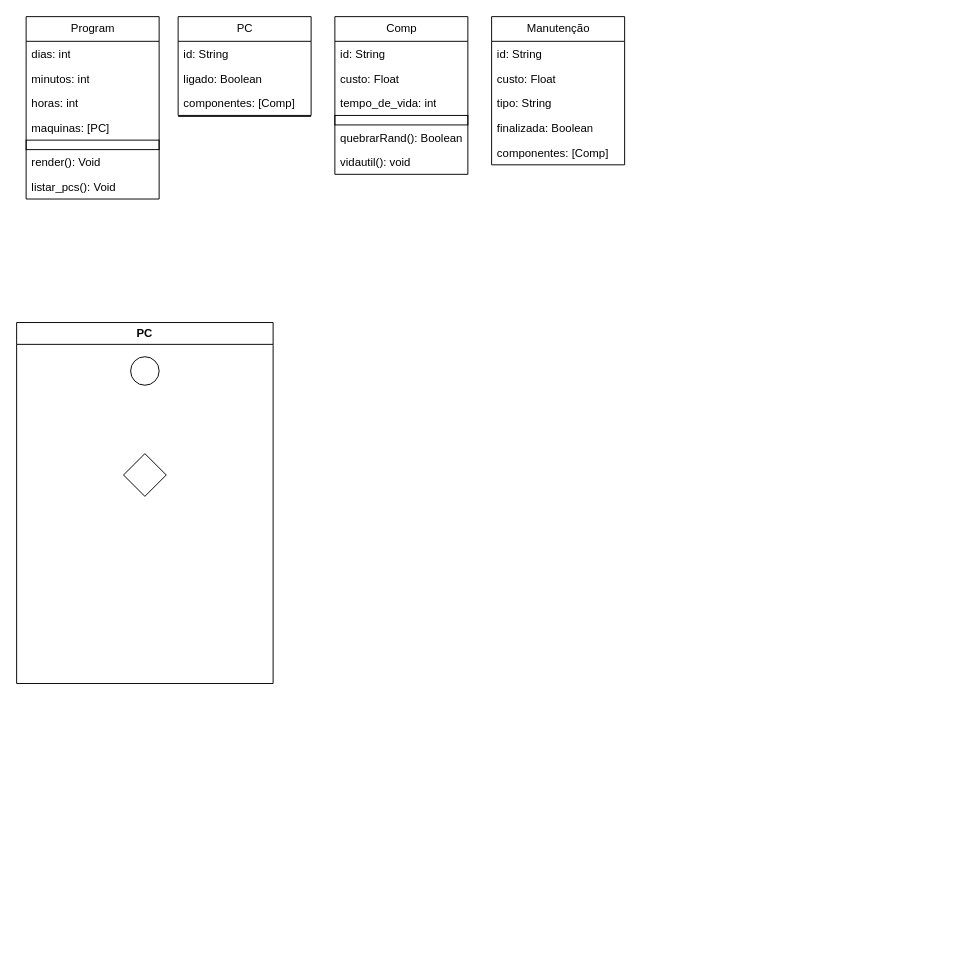
DeivRicardoSS/simulador-lanhouse-python keeps this draw.io diagram as UML.drawio. Above is the earlier version. Source tidied: cells renumbered, new cells numbered last; positions are measured from the earlier drawing's top-left corner, leaving out a move shared by most shapes. Both pictures are drawn from the tidied source at 95%, with x=0, y=0 at pixel (16, 16).
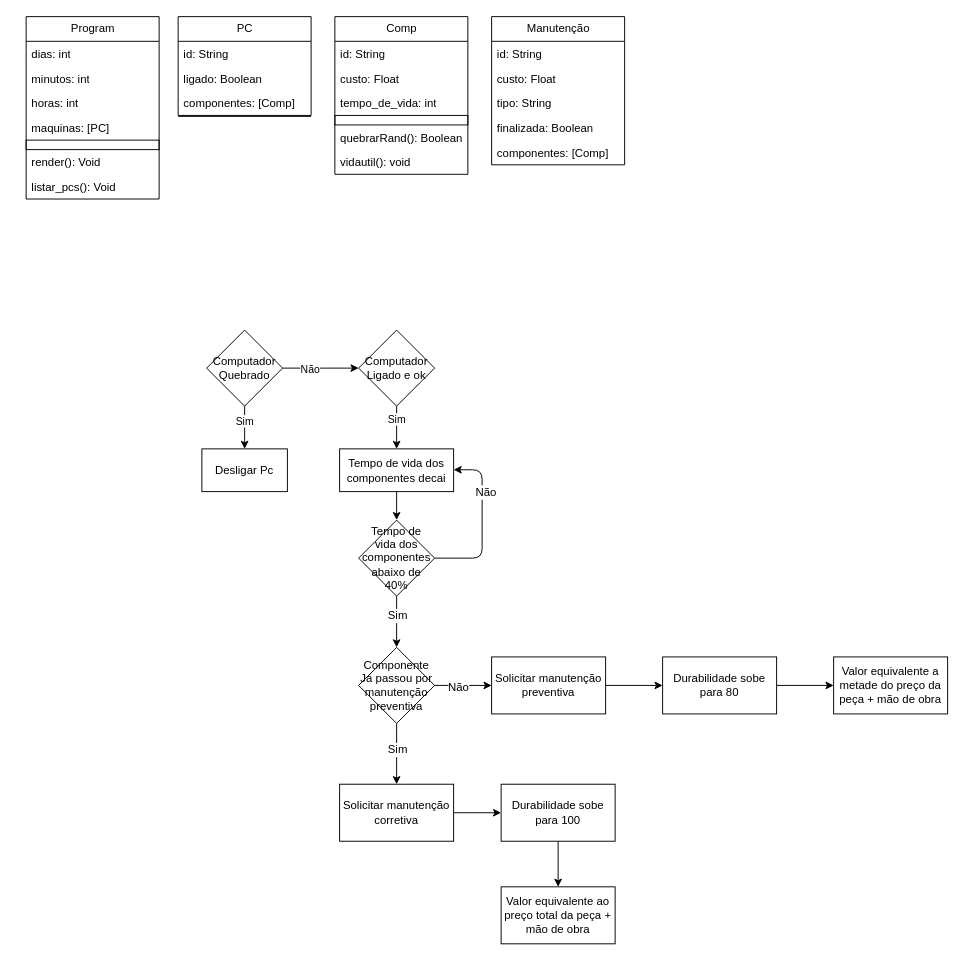
The same diagram, later.

Change to the diagram source:
```diff
@@
-    <mxCell id="28" value="PC" style="swimlane;whiteSpace=wrap;html=1;" parent="1" vertex="1">
-      <mxGeometry y="322" width="270" height="380" as="geometry" />
-    </mxCell>
-    <mxCell id="29" style="ellipse;whiteSpace=wrap;html=1;" parent="28" vertex="1">
-      <mxGeometry x="120" y="36" width="30" height="30" as="geometry" />
-    </mxCell>
+    <mxCell id="31" style="edgeStyle=none;html=1;exitX=0.5;exitY=1;exitDx=0;exitDy=0;" parent="1" edge="1" source="30" target="35">
+      <mxGeometry relative="1" as="geometry" />
+    </mxCell>
+    <mxCell id="32" value="Sim" style="edgeLabel;html=1;align=center;verticalAlign=middle;" parent="31" vertex="1">
+      <mxGeometry x="-0.33" y="-1" relative="1" as="geometry" />
+    </mxCell>
+    <mxCell id="33" style="edgeStyle=none;html=1;" parent="1" edge="1" source="30" target="38">
+      <mxGeometry relative="1" as="geometry" />
+    </mxCell>
+    <mxCell id="34" value="Não" style="edgeLabel;html=1;align=center;verticalAlign=middle;" parent="33" vertex="1">
+      <mxGeometry x="-0.29" y="-1" relative="1" as="geometry" />
+    </mxCell>
-    <mxCell id="30" style="rhombus;whiteSpace=wrap;html=1;" parent="28" vertex="1">
-      <mxGeometry x="112.5" y="138" width="45" height="45" as="geometry" />
+    <mxCell id="30" value="Computador Quebrado" style="rhombus;whiteSpace=wrap;html=1;" parent="1" vertex="1">
+      <mxGeometry x="200" y="330" width="80" height="80" as="geometry" />
     </mxCell>
+    <mxCell id="35" value="Desligar Pc" style="rounded=0;whiteSpace=wrap;html=1;" parent="1" vertex="1">
+      <mxGeometry x="195" y="455" width="90" height="45" as="geometry" />
+    </mxCell>
+    <mxCell id="36" style="edgeStyle=none;html=1;" parent="1" edge="1" source="38" target="40">
+      <mxGeometry relative="1" as="geometry" />
+    </mxCell>
+    <mxCell id="37" value="Sim" style="edgeLabel;html=1;align=center;verticalAlign=middle;" parent="36" vertex="1">
+      <mxGeometry x="-0.42" y="-1" relative="1" as="geometry" />
+    </mxCell>
+    <mxCell id="38" value="Computador Ligado e ok" style="rhombus;whiteSpace=wrap;html=1;" parent="1" vertex="1">
+      <mxGeometry x="360" y="330" width="80" height="80" as="geometry" />
+    </mxCell>
+    <mxCell id="39" style="edgeStyle=none;html=1;" parent="1" edge="1" source="40" target="45">
+      <mxGeometry relative="1" as="geometry" />
+    </mxCell>
+    <mxCell id="40" value="Tempo de vida dos componentes decai" style="whiteSpace=wrap;html=1;" parent="1" vertex="1">
+      <mxGeometry x="340" y="455" width="120" height="45" as="geometry" />
+    </mxCell>
+    <mxCell id="41" style="edgeStyle=orthogonalEdgeStyle;html=1;exitX=1;exitY=0.5;exitDx=0;exitDy=0;fontSize=6;" parent="1" edge="1" source="45" target="40">
+      <mxGeometry relative="1" as="geometry">
+        <Array as="points">
+          <mxPoint x="490" y="570" />
+          <mxPoint x="490" y="477" />
+        </Array>
+      </mxGeometry>
+    </mxCell>
+    <mxCell id="42" value="Não" style="edgeLabel;html=1;align=center;verticalAlign=middle;fontSize=12;" parent="41" vertex="1">
+      <mxGeometry x="0.39" y="-3" relative="1" as="geometry" />
+    </mxCell>
+    <mxCell id="43" style="edgeStyle=orthogonalEdgeStyle;html=1;strokeWidth=1;fontSize=12;" parent="1" edge="1" source="45" target="50">
+      <mxGeometry relative="1" as="geometry" />
+    </mxCell>
+    <mxCell id="44" value="Sim" style="edgeLabel;html=1;align=center;verticalAlign=middle;fontSize=12;" parent="43" vertex="1">
+      <mxGeometry x="-0.27" relative="1" as="geometry" />
+    </mxCell>
+    <mxCell id="45" value="Tempo de vida dos componentes abaixo de 40%" style="rhombus;whiteSpace=wrap;html=1;" parent="1" vertex="1">
+      <mxGeometry x="360" y="530" width="80" height="80" as="geometry" />
+    </mxCell>
+    <mxCell id="46" style="edgeStyle=orthogonalEdgeStyle;html=1;strokeWidth=1;fontSize=12;" parent="1" edge="1" source="50" target="52">
+      <mxGeometry relative="1" as="geometry" />
+    </mxCell>
+    <mxCell id="47" value="Sim" style="edgeLabel;html=1;align=center;verticalAlign=middle;fontSize=12;" parent="46" vertex="1">
+      <mxGeometry x="-0.16" relative="1" as="geometry" />
+    </mxCell>
+    <mxCell id="48" style="edgeStyle=orthogonalEdgeStyle;html=1;strokeWidth=1;fontSize=12;" parent="1" edge="1" source="50" target="54">
+      <mxGeometry relative="1" as="geometry" />
+    </mxCell>
+    <mxCell id="49" value="Não" style="edgeLabel;html=1;align=center;verticalAlign=middle;fontSize=12;" parent="48" vertex="1">
+      <mxGeometry x="-0.19" y="-1" relative="1" as="geometry" />
+    </mxCell>
+    <mxCell id="50" value="Componente Já passou por manutenção preventiva" style="rhombus;whiteSpace=wrap;html=1;" parent="1" vertex="1">
+      <mxGeometry x="360" y="664" width="80" height="80" as="geometry" />
+    </mxCell>
+    <mxCell id="51" style="edgeStyle=orthogonalEdgeStyle;html=1;strokeWidth=1;fontSize=12;" parent="1" edge="1" source="52" target="58">
+      <mxGeometry relative="1" as="geometry" />
+    </mxCell>
+    <mxCell id="52" value="Solicitar manutenção corretiva" style="whiteSpace=wrap;html=1;" parent="1" vertex="1">
+      <mxGeometry x="340" y="808" width="120" height="60" as="geometry" />
+    </mxCell>
+    <mxCell id="53" style="edgeStyle=orthogonalEdgeStyle;html=1;strokeWidth=1;fontSize=12;" parent="1" edge="1" source="54" target="56">
+      <mxGeometry relative="1" as="geometry" />
+    </mxCell>
+    <mxCell id="54" value="Solicitar manutenção preventiva" style="whiteSpace=wrap;html=1;" parent="1" vertex="1">
+      <mxGeometry x="500" y="674" width="120" height="60" as="geometry" />
+    </mxCell>
+    <mxCell id="55" style="edgeStyle=orthogonalEdgeStyle;html=1;strokeWidth=1;fontSize=12;" parent="1" edge="1" source="56" target="60">
+      <mxGeometry relative="1" as="geometry" />
+    </mxCell>
+    <mxCell id="56" value="Durabilidade sobe para 80" style="whiteSpace=wrap;html=1;" parent="1" vertex="1">
+      <mxGeometry x="680" y="674" width="120" height="60" as="geometry" />
+    </mxCell>
+    <mxCell id="57" style="edgeStyle=orthogonalEdgeStyle;html=1;strokeWidth=1;fontSize=12;" parent="1" edge="1" source="58" target="59">
+      <mxGeometry relative="1" as="geometry" />
+    </mxCell>
+    <mxCell id="58" value="Durabilidade sobe para 100" style="whiteSpace=wrap;html=1;" parent="1" vertex="1">
+      <mxGeometry x="510" y="808" width="120" height="60" as="geometry" />
+    </mxCell>
+    <mxCell id="59" value="Valor equivalente ao preço total da peça + mão de obra" style="whiteSpace=wrap;html=1;" parent="1" vertex="1">
+      <mxGeometry x="510" y="916" width="120" height="60" as="geometry" />
+    </mxCell>
+    <mxCell id="60" value="Valor equivalente a metade do preço da peça + mão de obra" style="whiteSpace=wrap;html=1;" parent="1" vertex="1">
+      <mxGeometry x="860" y="674" width="120" height="60" as="geometry" />
+    </mxCell>
```
